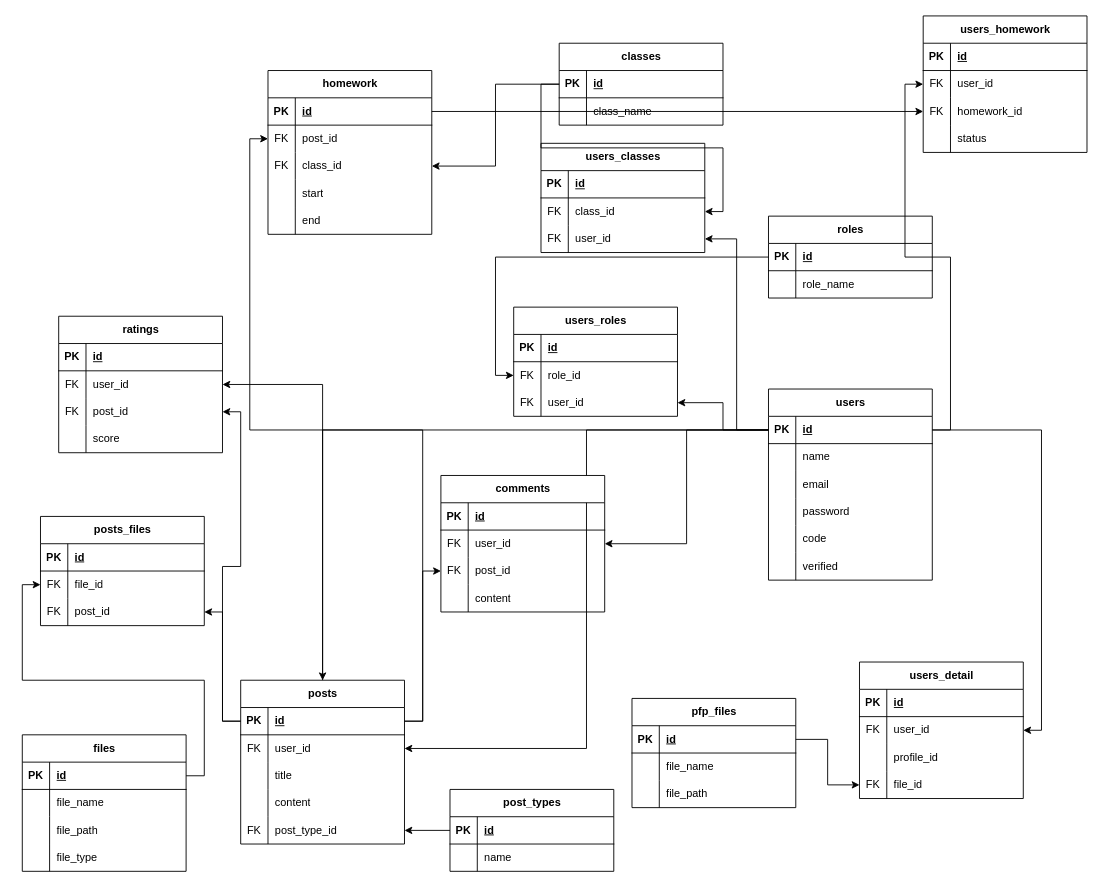
This is sitedb.drawio from GadoGadoEnjoyer/GadoGadoEnjoyer, a draw.io file, before an edit. Source tidied: cells renumbered, new cells numbered last; positions are measured from the earlier drawing's top-left corner, leaving out a move shared by most shapes. Both pictures are drawn from the tidied source at 91%, with x=0, y=0 at pixel (22, 15).
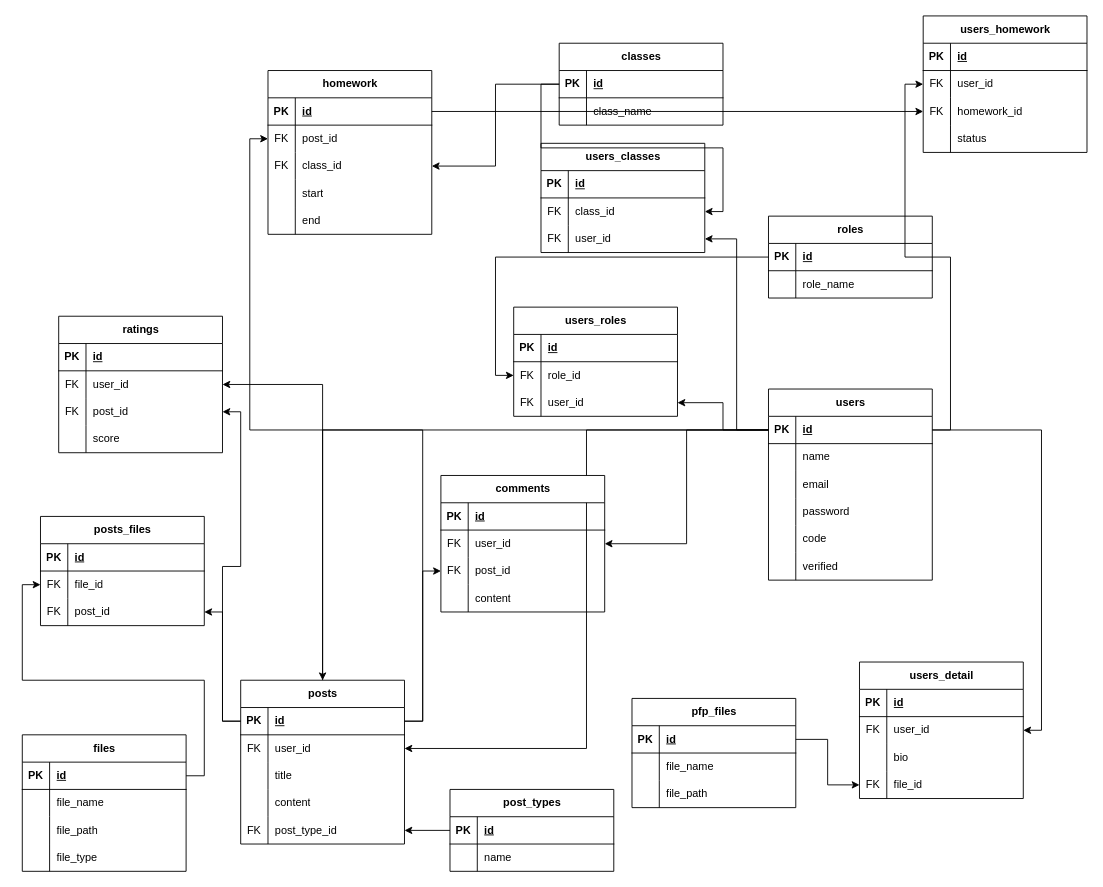
Above is the later version.

The change refers to these unchanged cells:
```xml
<mxCell id="148" style="shape=tableRow;horizontal=0;startSize=0;swimlaneHead=0;swimlaneBody=0;fillColor=none;top=0;left=0;right=0;bottom=0;" parent="141" vertex="1">
  <mxGeometry y="90" width="180" height="30" as="geometry" />
</mxCell>
```

What changed in the source:
```diff
@@
-    <mxCell id="150" value="profile_id" style="shape=partialRectangle;fillColor=none;top=0;left=0;bottom=0;right=0;align=left;spacingLeft=6;overflow=hidden;whiteSpace=wrap;html=1;" parent="148" vertex="1">
+    <mxCell id="150" value="bio" style="shape=partialRectangle;fillColor=none;top=0;left=0;bottom=0;right=0;align=left;spacingLeft=6;overflow=hidden;whiteSpace=wrap;html=1;" parent="148" vertex="1">
       <mxGeometry x="30" width="150" height="30" as="geometry" />
     </mxCell>
```
